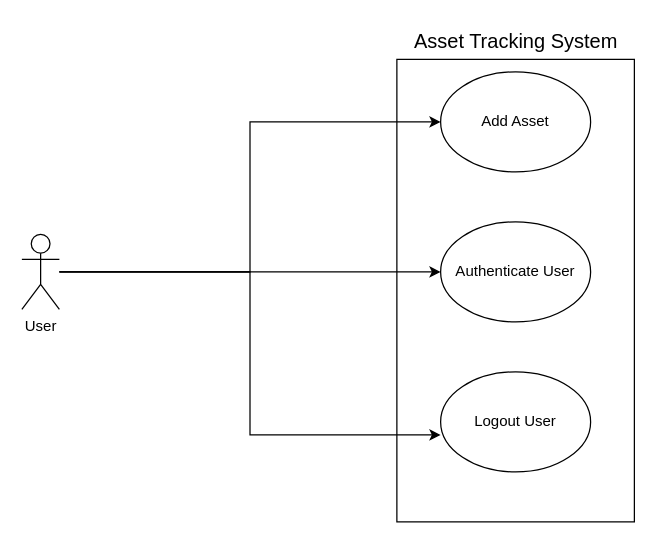
Above: 2406584_Part2_UseCaseDiagram.drawio in 2406584/2406584_Part2Prototype (draw.io), before the change. Source tidied: cells renumbered, new cells numbered last; positions are measured from the earlier drawing's top-left corner, leaving out a move shared by most shapes. Both pictures are drawn from the tidied source at 125%, with x=0, y=0 at pixel (21, 21).
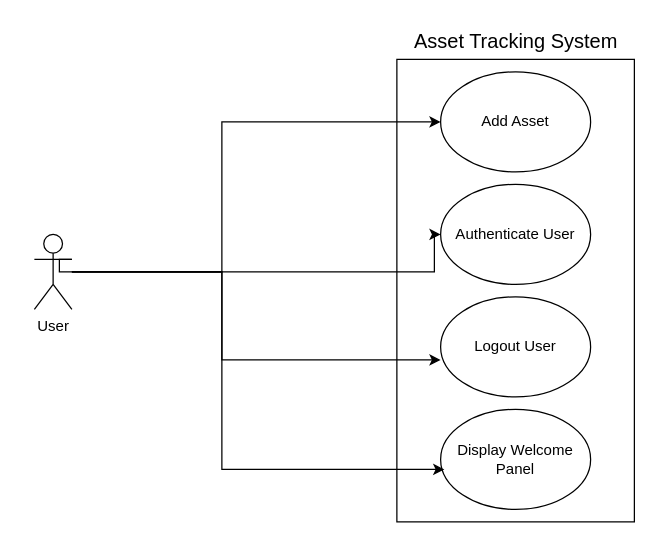
The same page after the edit.

What changed in the source:
```diff
@@
 <mxGraphModel>
   <root>
     <mxCell id="0" />
     <mxCell id="1" parent="0" />
     <mxCell id="2" style="rounded=0;whiteSpace=wrap;html=1;" parent="1" vertex="1">
       <mxGeometry x="300" y="30" width="190" height="370" as="geometry" />
     </mxCell>
     <mxCell id="3" value="Add Asset" style="ellipse;whiteSpace=wrap;html=1;" parent="1" vertex="1">
       <mxGeometry x="335" y="40" width="120" height="80" as="geometry" />
     </mxCell>
     <mxCell id="4" value="Authenticate User" style="ellipse;whiteSpace=wrap;html=1;" parent="1" vertex="1">
-      <mxGeometry x="335" y="160" width="120" height="80" as="geometry" />
+      <mxGeometry x="335" y="130" width="120" height="80" as="geometry" />
     </mxCell>
     <mxCell id="5" value="Logout User" style="ellipse;whiteSpace=wrap;html=1;" parent="1" vertex="1">
-      <mxGeometry x="335" y="280" width="120" height="80" as="geometry" />
+      <mxGeometry x="335" y="220" width="120" height="80" as="geometry" />
     </mxCell>
     <mxCell id="6" style="edgeStyle=orthogonalEdgeStyle;rounded=0;jettySize=auto;html=1;entryX=0;entryY=0.5;entryDx=0;entryDy=0;" parent="1" edge="1" source="8" target="3">
-      <mxGeometry relative="1" as="geometry" />
+      <mxGeometry relative="1" as="geometry">
+        <Array as="points">
+          <mxPoint x="160" y="200" />
+          <mxPoint x="160" y="80" />
+        </Array>
+      </mxGeometry>
     </mxCell>
     <mxCell id="7" style="edgeStyle=orthogonalEdgeStyle;rounded=0;jettySize=auto;html=1;entryX=0;entryY=0.5;entryDx=0;entryDy=0;" parent="1" edge="1" source="8" target="4">
       <mxGeometry relative="1" as="geometry">
         <Array as="points">
           <mxPoint x="330" y="200" />
         </Array>
       </mxGeometry>
     </mxCell>
     <mxCell id="8" value="User" style="shape=umlActor;verticalLabelPosition=bottom;verticalAlign=top;html=1;outlineConnect=0;" parent="1" vertex="1">
-      <mxGeometry y="170" width="30" height="60" as="geometry" />
+      <mxGeometry x="10" y="170" width="30" height="60" as="geometry" />
     </mxCell>
     <mxCell id="9" style="edgeStyle=orthogonalEdgeStyle;rounded=0;jettySize=auto;html=1;entryX=0;entryY=0.63;entryDx=0;entryDy=0;entryPerimeter=0;" parent="1" edge="1" source="8" target="5">
-      <mxGeometry relative="1" as="geometry" />
+      <mxGeometry relative="1" as="geometry">
+        <Array as="points">
+          <mxPoint x="160" y="200" />
+          <mxPoint x="160" y="270" />
+        </Array>
+      </mxGeometry>
     </mxCell>
     <mxCell id="10" value="&lt;font style=&quot;font-size: 16px;&quot;&gt;Asset Tracking System&lt;/font&gt;" style="text;html=1;align=center;verticalAlign=middle;strokeColor=none;fillColor=none;" parent="1" vertex="1">
       <mxGeometry x="300" width="190" height="30" as="geometry" />
     </mxCell>
+    <mxCell id="11" value="Display Welcome Panel" style="ellipse;whiteSpace=wrap;html=1;" parent="1" vertex="1">
+      <mxGeometry x="335" y="310" width="120" height="80" as="geometry" />
+    </mxCell>
+    <mxCell id="12" style="edgeStyle=orthogonalEdgeStyle;rounded=0;jettySize=auto;html=1;exitX=1;exitY=0.3333333333333333;exitDx=0;exitDy=0;exitPerimeter=0;entryX=0.025;entryY=0.6;entryDx=0;entryDy=0;entryPerimeter=0;" parent="1" edge="1" source="8" target="11">
+      <mxGeometry relative="1" as="geometry">
+        <Array as="points">
+          <mxPoint x="30" y="200" />
+          <mxPoint x="160" y="200" />
+          <mxPoint x="160" y="358" />
+        </Array>
+      </mxGeometry>
+    </mxCell>
   </root>
 </mxGraphModel>
```
